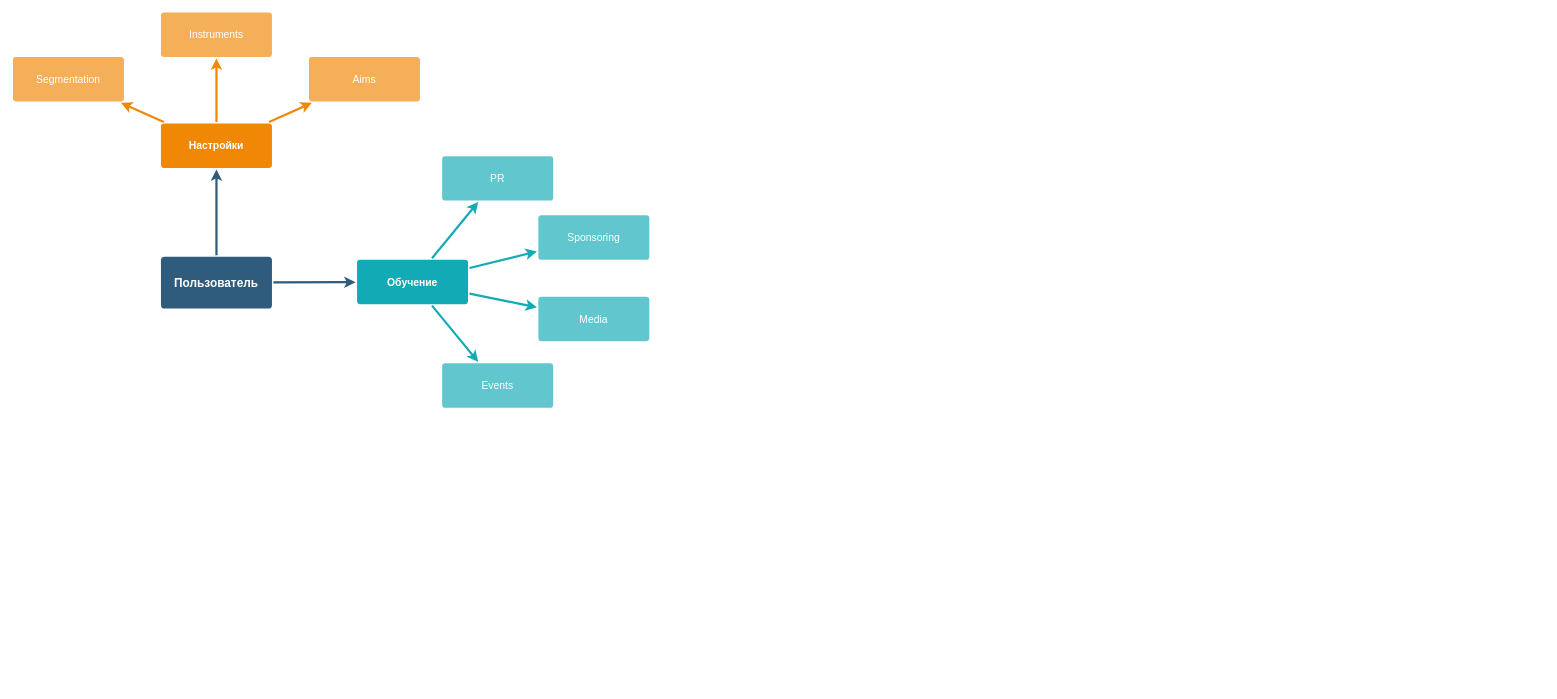
piemekanika/codewars keeps this draw.io diagram as Bers.drawio. Above is the earlier version. Source tidied: cells renumbered, new cells numbered last; positions are measured from the earlier drawing's top-left corner, leaving out a move shared by most shapes. Both pictures are drawn from the tidied source at 74%, with x=0, y=0 at pixel (13, 12).
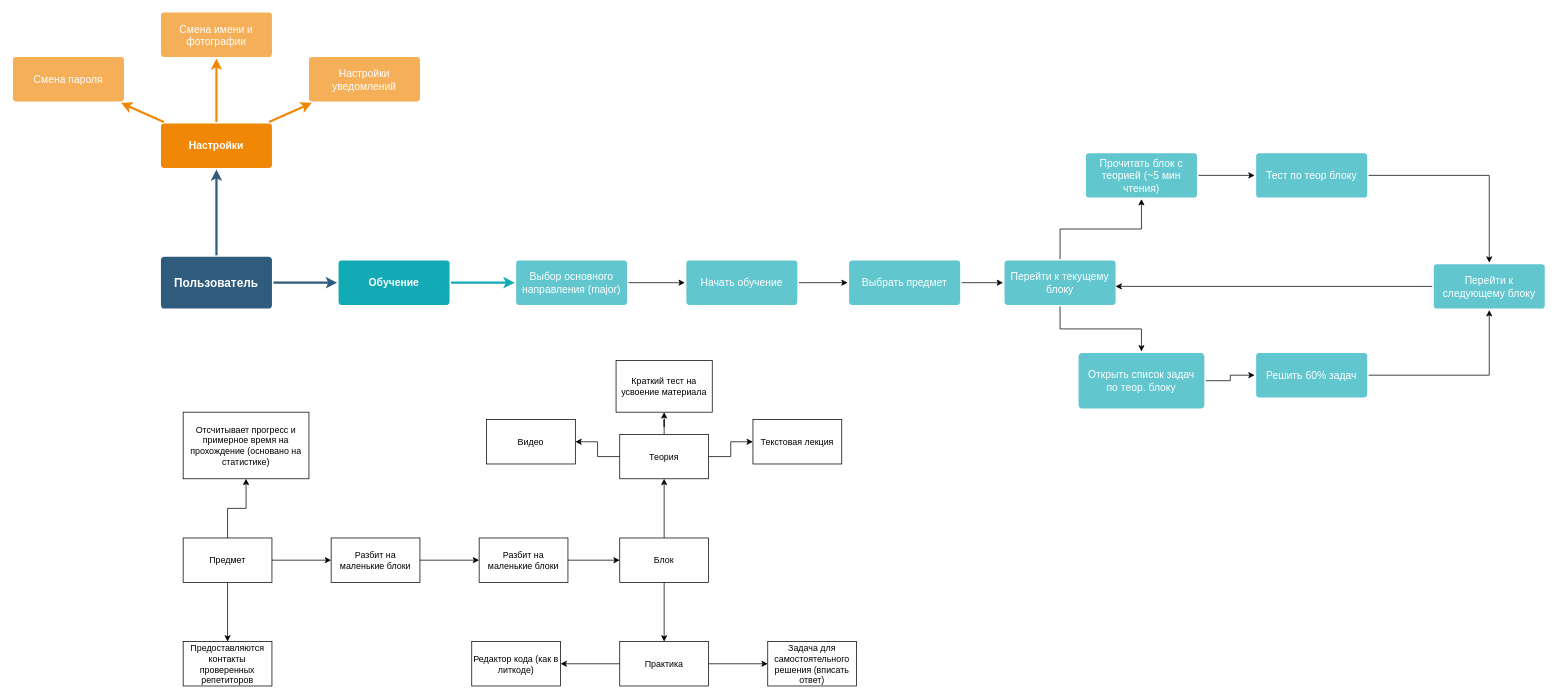
Above is the later version.

The edit, as a diff of the source:
```diff
@@
-    <mxCell id="6" value="Aims&lt;br&gt;" style="rounded=1;whiteSpace=wrap;html=1;shadow=0;labelBackgroundColor=none;strokeColor=none;strokeWidth=3;fillColor=#f5af58;fontFamily=Helvetica;fontSize=14;fontColor=#FFFFFF;align=center;spacing=5;arcSize=7;perimeterSpacing=2;" parent="1" vertex="1">
+    <mxCell id="6" value="Настройки уведомлений" style="rounded=1;whiteSpace=wrap;html=1;shadow=0;labelBackgroundColor=none;strokeColor=none;strokeWidth=3;fillColor=#f5af58;fontFamily=Helvetica;fontSize=14;fontColor=#FFFFFF;align=center;spacing=5;arcSize=7;perimeterSpacing=2;" parent="1" vertex="1">
       <mxGeometry x="400" y="60.5" width="150" height="60" as="geometry" />
     </mxCell>
@@
-    <mxCell id="8" value="Instruments" style="rounded=1;whiteSpace=wrap;html=1;shadow=0;labelBackgroundColor=none;strokeColor=none;strokeWidth=3;fillColor=#f5af58;fontFamily=Helvetica;fontSize=14;fontColor=#FFFFFF;align=center;spacing=5;arcSize=7;perimeterSpacing=2;" parent="1" vertex="1">
+    <mxCell id="8" value="Смена имени и фотографии" style="rounded=1;whiteSpace=wrap;html=1;shadow=0;labelBackgroundColor=none;strokeColor=none;strokeWidth=3;fillColor=#f5af58;fontFamily=Helvetica;fontSize=14;fontColor=#FFFFFF;align=center;spacing=5;arcSize=7;perimeterSpacing=2;" parent="1" vertex="1">
       <mxGeometry x="200" y="0.5" width="150" height="60" as="geometry" />
     </mxCell>
@@
-    <mxCell id="10" value="Segmentation" style="rounded=1;whiteSpace=wrap;html=1;shadow=0;labelBackgroundColor=none;strokeColor=none;strokeWidth=3;fillColor=#f5af58;fontFamily=Helvetica;fontSize=14;fontColor=#FFFFFF;align=center;spacing=5;arcSize=7;perimeterSpacing=2;" parent="1" vertex="1">
+    <mxCell id="10" value="Смена пароля" style="rounded=1;whiteSpace=wrap;html=1;shadow=0;labelBackgroundColor=none;strokeColor=none;strokeWidth=3;fillColor=#f5af58;fontFamily=Helvetica;fontSize=14;fontColor=#FFFFFF;align=center;spacing=5;arcSize=7;perimeterSpacing=2;" parent="1" vertex="1">
       <mxGeometry y="60.5" width="150" height="60" as="geometry" />
     </mxCell>
@@
     <mxCell id="12" value="Обучение" style="rounded=1;whiteSpace=wrap;html=1;shadow=0;labelBackgroundColor=none;strokeColor=none;strokeWidth=3;fillColor=#12aab5;fontFamily=Helvetica;fontSize=14;fontColor=#FFFFFF;align=center;spacing=5;fontStyle=1;arcSize=7;perimeterSpacing=2;" parent="1" vertex="1">
-      <mxGeometry x="465" y="334.5" width="150" height="60" as="geometry" />
+      <mxGeometry x="440" y="335.5" width="150" height="60" as="geometry" />
     </mxCell>
-    <mxCell id="13" value="Events" style="rounded=1;whiteSpace=wrap;html=1;shadow=0;labelBackgroundColor=none;strokeColor=none;strokeWidth=3;fillColor=#61c6ce;fontFamily=Helvetica;fontSize=14;fontColor=#FFFFFF;align=center;spacing=5;fontStyle=0;arcSize=7;perimeterSpacing=2;" parent="1" vertex="1">
-      <mxGeometry x="580" y="474.5" width="150" height="60" as="geometry" />
-    </mxCell>
-    <mxCell id="14" style="edgeStyle=none;rounded=1;jumpStyle=none;html=1;shadow=0;labelBackgroundColor=none;startArrow=none;startFill=0;jettySize=auto;strokeColor=#12AAB5;strokeWidth=3;fontFamily=Helvetica;fontSize=14;fontColor=#FFFFFF;spacing=5;fontStyle=1;fillColor=#b0e3e6;" parent="1" edge="1" source="12" target="13">
-      <mxGeometry relative="1" as="geometry" />
-    </mxCell>
-    <mxCell id="15" value="Media" style="rounded=1;whiteSpace=wrap;html=1;shadow=0;labelBackgroundColor=none;strokeColor=none;strokeWidth=3;fillColor=#61c6ce;fontFamily=Helvetica;fontSize=14;fontColor=#FFFFFF;align=center;spacing=5;fontStyle=0;arcSize=7;perimeterSpacing=2;" parent="1" vertex="1">
-      <mxGeometry x="710" y="384.5" width="150" height="60" as="geometry" />
-    </mxCell>
-    <mxCell id="16" style="edgeStyle=none;rounded=1;jumpStyle=none;html=1;shadow=0;labelBackgroundColor=none;startArrow=none;startFill=0;jettySize=auto;strokeColor=#12AAB5;strokeWidth=3;fontFamily=Helvetica;fontSize=14;fontColor=#FFFFFF;spacing=5;fontStyle=1;fillColor=#b0e3e6;" parent="1" edge="1" source="12" target="15">
-      <mxGeometry relative="1" as="geometry" />
-    </mxCell>
+    <mxCell id="21" style="edgeStyle=orthogonalEdgeStyle;rounded=0;jettySize=auto;html=1;" parent="1" edge="1" source="17" target="23">
+      <mxGeometry relative="1" as="geometry" />
+    </mxCell>
-    <mxCell id="17" value="Sponsoring" style="rounded=1;whiteSpace=wrap;html=1;shadow=0;labelBackgroundColor=none;strokeColor=none;strokeWidth=3;fillColor=#61c6ce;fontFamily=Helvetica;fontSize=14;fontColor=#FFFFFF;align=center;spacing=5;fontStyle=0;arcSize=7;perimeterSpacing=2;" parent="1" vertex="1">
-      <mxGeometry x="710" y="274.5" width="150" height="60" as="geometry" />
+    <mxCell id="17" value="Выбор основного направления (major)" style="rounded=1;whiteSpace=wrap;html=1;shadow=0;labelBackgroundColor=none;strokeColor=none;strokeWidth=3;fillColor=#61c6ce;fontFamily=Helvetica;fontSize=14;fontColor=#FFFFFF;align=center;spacing=5;fontStyle=0;arcSize=7;perimeterSpacing=2;" parent="1" vertex="1">
+      <mxGeometry x="680" y="335.5" width="150" height="60" as="geometry" />
     </mxCell>
@@
-    <mxCell id="19" value="PR" style="rounded=1;whiteSpace=wrap;html=1;shadow=0;labelBackgroundColor=none;strokeColor=none;strokeWidth=3;fillColor=#61c6ce;fontFamily=Helvetica;fontSize=14;fontColor=#FFFFFF;align=center;spacing=5;fontStyle=0;arcSize=7;perimeterSpacing=2;" parent="1" vertex="1">
-      <mxGeometry x="580" y="194.5" width="150" height="60" as="geometry" />
-    </mxCell>
-    <mxCell id="20" style="edgeStyle=none;rounded=1;jumpStyle=none;html=1;shadow=0;labelBackgroundColor=none;startArrow=none;startFill=0;jettySize=auto;strokeColor=#12AAB5;strokeWidth=3;fontFamily=Helvetica;fontSize=14;fontColor=#FFFFFF;spacing=5;fontStyle=1;fillColor=#b0e3e6;" parent="1" edge="1" source="12" target="19">
-      <mxGeometry relative="1" as="geometry" />
-    </mxCell>
+    <mxCell id="22" style="edgeStyle=orthogonalEdgeStyle;rounded=0;jettySize=auto;html=1;" parent="1" edge="1" source="23" target="38">
+      <mxGeometry relative="1" as="geometry" />
+    </mxCell>
+    <mxCell id="23" value="Начать обучение" style="rounded=1;whiteSpace=wrap;html=1;shadow=0;labelBackgroundColor=none;strokeColor=none;strokeWidth=3;fillColor=#61c6ce;fontFamily=Helvetica;fontSize=14;fontColor=#FFFFFF;align=center;spacing=5;fontStyle=0;arcSize=7;perimeterSpacing=2;" parent="1" vertex="1">
+      <mxGeometry x="910" y="335.5" width="150" height="60" as="geometry" />
+    </mxCell>
+    <mxCell id="24" style="edgeStyle=orthogonalEdgeStyle;rounded=0;jettySize=auto;html=1;" parent="1" edge="1" source="26" target="28">
+      <mxGeometry relative="1" as="geometry" />
+    </mxCell>
+    <mxCell id="25" style="edgeStyle=orthogonalEdgeStyle;rounded=0;jettySize=auto;html=1;" parent="1" edge="1" source="26" target="32">
+      <mxGeometry relative="1" as="geometry" />
+    </mxCell>
+    <mxCell id="26" value="Перейти к текущему блоку" style="rounded=1;whiteSpace=wrap;html=1;shadow=0;labelBackgroundColor=none;strokeColor=none;strokeWidth=3;fillColor=#61c6ce;fontFamily=Helvetica;fontSize=14;fontColor=#FFFFFF;align=center;spacing=5;fontStyle=0;arcSize=7;perimeterSpacing=2;" parent="1" vertex="1">
+      <mxGeometry x="1340" y="335.5" width="150" height="60" as="geometry" />
+    </mxCell>
+    <mxCell id="27" style="edgeStyle=orthogonalEdgeStyle;rounded=0;jettySize=auto;html=1;" parent="1" edge="1" source="28" target="30">
+      <mxGeometry relative="1" as="geometry" />
+    </mxCell>
+    <mxCell id="28" value="Прочитать блок с теорией (~5 мин чтения)" style="rounded=1;whiteSpace=wrap;html=1;shadow=0;labelBackgroundColor=none;strokeColor=none;strokeWidth=3;fillColor=#61c6ce;fontFamily=Helvetica;fontSize=14;fontColor=#FFFFFF;align=center;spacing=5;fontStyle=0;arcSize=7;perimeterSpacing=2;" parent="1" vertex="1">
+      <mxGeometry x="1450" y="190.5" width="150" height="60" as="geometry" />
+    </mxCell>
+    <mxCell id="29" style="edgeStyle=orthogonalEdgeStyle;rounded=0;jettySize=auto;html=1;" parent="1" edge="1" source="30" target="36">
+      <mxGeometry relative="1" as="geometry" />
+    </mxCell>
+    <mxCell id="30" value="Тест по теор блоку" style="rounded=1;whiteSpace=wrap;html=1;shadow=0;labelBackgroundColor=none;strokeColor=none;strokeWidth=3;fillColor=#61c6ce;fontFamily=Helvetica;fontSize=14;fontColor=#FFFFFF;align=center;spacing=5;fontStyle=0;arcSize=7;perimeterSpacing=2;" parent="1" vertex="1">
+      <mxGeometry x="1680" y="190.5" width="150" height="60" as="geometry" />
+    </mxCell>
+    <mxCell id="31" style="edgeStyle=orthogonalEdgeStyle;rounded=0;jettySize=auto;html=1;" parent="1" edge="1" source="32" target="34">
+      <mxGeometry relative="1" as="geometry" />
+    </mxCell>
+    <mxCell id="32" value="Открыть список задач по теор. блоку" style="rounded=1;whiteSpace=wrap;html=1;shadow=0;labelBackgroundColor=none;strokeColor=none;strokeWidth=3;fillColor=#61c6ce;fontFamily=Helvetica;fontSize=14;fontColor=#FFFFFF;align=center;spacing=5;fontStyle=0;arcSize=7;perimeterSpacing=2;" parent="1" vertex="1">
+      <mxGeometry x="1440" y="460.5" width="170" height="75" as="geometry" />
+    </mxCell>
+    <mxCell id="33" style="edgeStyle=orthogonalEdgeStyle;rounded=0;jettySize=auto;html=1;entryX=0.5;entryY=1;entryDx=0;entryDy=0;" parent="1" edge="1" source="34" target="36">
+      <mxGeometry relative="1" as="geometry" />
+    </mxCell>
+    <mxCell id="34" value="Решить 60% задач" style="rounded=1;whiteSpace=wrap;html=1;shadow=0;labelBackgroundColor=none;strokeColor=none;strokeWidth=3;fillColor=#61c6ce;fontFamily=Helvetica;fontSize=14;fontColor=#FFFFFF;align=center;spacing=5;fontStyle=0;arcSize=7;perimeterSpacing=2;" parent="1" vertex="1">
+      <mxGeometry x="1680" y="460.5" width="150" height="60" as="geometry" />
+    </mxCell>
+    <mxCell id="35" style="edgeStyle=orthogonalEdgeStyle;rounded=0;jettySize=auto;html=1;" parent="1" edge="1" source="36">
+      <mxGeometry relative="1" as="geometry">
+        <mxPoint x="1490" y="370.5" as="targetPoint" />
+      </mxGeometry>
+    </mxCell>
+    <mxCell id="36" value="Перейти к следующему блоку" style="rounded=1;whiteSpace=wrap;html=1;shadow=0;labelBackgroundColor=none;strokeColor=none;strokeWidth=3;fillColor=#61c6ce;fontFamily=Helvetica;fontSize=14;fontColor=#FFFFFF;align=center;spacing=5;fontStyle=0;arcSize=7;perimeterSpacing=2;" parent="1" vertex="1">
+      <mxGeometry x="1920" y="340.5" width="150" height="60" as="geometry" />
+    </mxCell>
+    <mxCell id="37" style="edgeStyle=orthogonalEdgeStyle;rounded=0;jettySize=auto;html=1;entryX=0;entryY=0.5;entryDx=0;entryDy=0;" parent="1" edge="1" source="38" target="26">
+      <mxGeometry relative="1" as="geometry" />
+    </mxCell>
+    <mxCell id="38" value="Выбрать предмет" style="rounded=1;whiteSpace=wrap;html=1;shadow=0;labelBackgroundColor=none;strokeColor=none;strokeWidth=3;fillColor=#61c6ce;fontFamily=Helvetica;fontSize=14;fontColor=#FFFFFF;align=center;spacing=5;fontStyle=0;arcSize=7;perimeterSpacing=2;" parent="1" vertex="1">
+      <mxGeometry x="1130" y="335.5" width="150" height="60" as="geometry" />
+    </mxCell>
+    <mxCell id="39" style="edgeStyle=orthogonalEdgeStyle;rounded=0;jettySize=auto;html=1;" parent="1" edge="1" source="42" target="44">
+      <mxGeometry relative="1" as="geometry" />
+    </mxCell>
+    <mxCell id="40" style="edgeStyle=orthogonalEdgeStyle;rounded=0;jettySize=auto;html=1;" parent="1" edge="1" source="42" target="58">
+      <mxGeometry relative="1" as="geometry" />
+    </mxCell>
+    <mxCell id="41" style="edgeStyle=orthogonalEdgeStyle;rounded=0;jettySize=auto;html=1;" parent="1" edge="1" source="42" target="63">
+      <mxGeometry relative="1" as="geometry" />
+    </mxCell>
+    <mxCell id="42" value="Предмет" style="rounded=0;whiteSpace=wrap;html=1;" parent="1" vertex="1">
+      <mxGeometry x="230" y="710.5" width="120" height="60" as="geometry" />
+    </mxCell>
+    <mxCell id="43" style="edgeStyle=orthogonalEdgeStyle;rounded=0;jettySize=auto;html=1;" parent="1" edge="1" source="44" target="46">
+      <mxGeometry relative="1" as="geometry" />
+    </mxCell>
+    <mxCell id="44" value="Разбит на маленькие блоки" style="rounded=0;whiteSpace=wrap;html=1;" parent="1" vertex="1">
+      <mxGeometry x="430" y="710.5" width="120" height="60" as="geometry" />
+    </mxCell>
+    <mxCell id="45" style="edgeStyle=orthogonalEdgeStyle;rounded=0;jettySize=auto;html=1;" parent="1" edge="1" source="46" target="49">
+      <mxGeometry relative="1" as="geometry" />
+    </mxCell>
+    <mxCell id="46" value="Разбит на маленькие блоки" style="rounded=0;whiteSpace=wrap;html=1;" parent="1" vertex="1">
+      <mxGeometry x="630" y="710.5" width="120" height="60" as="geometry" />
+    </mxCell>
+    <mxCell id="47" style="edgeStyle=orthogonalEdgeStyle;rounded=0;jettySize=auto;html=1;" parent="1" edge="1" source="49" target="53">
+      <mxGeometry relative="1" as="geometry" />
+    </mxCell>
+    <mxCell id="48" style="edgeStyle=orthogonalEdgeStyle;rounded=0;jettySize=auto;html=1;" parent="1" edge="1" source="49" target="56">
+      <mxGeometry relative="1" as="geometry" />
+    </mxCell>
+    <mxCell id="49" value="Блок" style="rounded=0;whiteSpace=wrap;html=1;" parent="1" vertex="1">
+      <mxGeometry x="820" y="710.5" width="120" height="60" as="geometry" />
+    </mxCell>
+    <mxCell id="50" style="edgeStyle=orthogonalEdgeStyle;rounded=0;jettySize=auto;html=1;" parent="1" edge="1" source="53" target="57">
+      <mxGeometry relative="1" as="geometry" />
+    </mxCell>
+    <mxCell id="51" style="edgeStyle=orthogonalEdgeStyle;rounded=0;jettySize=auto;html=1;" parent="1" edge="1" source="53" target="59">
+      <mxGeometry relative="1" as="geometry" />
+    </mxCell>
+    <mxCell id="52" style="edgeStyle=orthogonalEdgeStyle;rounded=0;jettySize=auto;html=1;" parent="1" edge="1" source="53" target="60">
+      <mxGeometry relative="1" as="geometry" />
+    </mxCell>
+    <mxCell id="53" value="Теория" style="rounded=0;whiteSpace=wrap;html=1;" parent="1" vertex="1">
+      <mxGeometry x="820" y="570.5" width="120" height="60" as="geometry" />
+    </mxCell>
+    <mxCell id="54" style="edgeStyle=orthogonalEdgeStyle;rounded=0;jettySize=auto;html=1;" parent="1" edge="1" source="56" target="61">
+      <mxGeometry relative="1" as="geometry" />
+    </mxCell>
+    <mxCell id="55" style="edgeStyle=orthogonalEdgeStyle;rounded=0;jettySize=auto;html=1;" parent="1" edge="1" source="56" target="62">
+      <mxGeometry relative="1" as="geometry" />
+    </mxCell>
+    <mxCell id="56" value="Практика" style="rounded=0;whiteSpace=wrap;html=1;" parent="1" vertex="1">
+      <mxGeometry x="820" y="850.5" width="120" height="60" as="geometry" />
+    </mxCell>
+    <mxCell id="57" value="Текстовая лекция" style="rounded=0;whiteSpace=wrap;html=1;" parent="1" vertex="1">
+      <mxGeometry x="1000" y="550.5" width="120" height="60" as="geometry" />
+    </mxCell>
+    <mxCell id="58" value="Предоставляются контакты проверенных репетиторов" style="rounded=0;whiteSpace=wrap;html=1;" parent="1" vertex="1">
+      <mxGeometry x="230" y="850.5" width="120" height="60" as="geometry" />
+    </mxCell>
+    <mxCell id="59" value="Видео" style="rounded=0;whiteSpace=wrap;html=1;" parent="1" vertex="1">
+      <mxGeometry x="640" y="550.5" width="120" height="60" as="geometry" />
+    </mxCell>
+    <mxCell id="60" value="Краткий тест на усвоение материала" style="rounded=0;whiteSpace=wrap;html=1;" parent="1" vertex="1">
+      <mxGeometry x="815" y="470.5" width="130" height="70" as="geometry" />
+    </mxCell>
+    <mxCell id="61" value="Задача для самостоятельного решения (вписать ответ)" style="rounded=0;whiteSpace=wrap;html=1;" parent="1" vertex="1">
+      <mxGeometry x="1020" y="850.5" width="120" height="60" as="geometry" />
+    </mxCell>
+    <mxCell id="62" value="Редактор кода (как в литкоде)" style="rounded=0;whiteSpace=wrap;html=1;" parent="1" vertex="1">
+      <mxGeometry x="620" y="850.5" width="120" height="60" as="geometry" />
+    </mxCell>
+    <mxCell id="63" value="Отсчитывает прогресс и примерное время на прохождение (основано на статистике)" style="rounded=0;whiteSpace=wrap;html=1;" parent="1" vertex="1">
+      <mxGeometry x="230" y="540.5" width="170" height="90" as="geometry" />
+    </mxCell>
```
